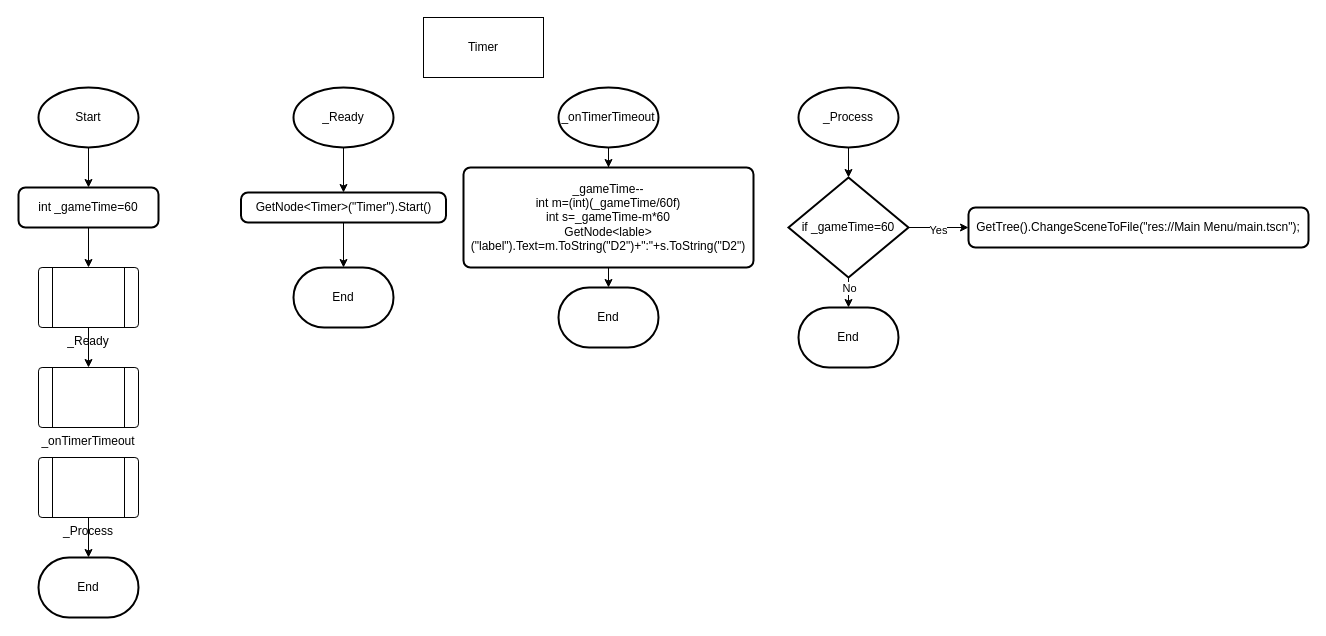
BHASVIC-Kasper25/Whack-a-Robot keeps this draw.io diagram as whack-a-robot/Timer/TimerFlowchart.drawio. Above is the earlier version. Source tidied: cells renumbered, new cells numbered last; positions are measured from the earlier drawing's top-left corner, leaving out a move shared by most shapes. Both pictures are drawn from the tidied source at 100%, with x=0, y=0 at pixel (18, 17).
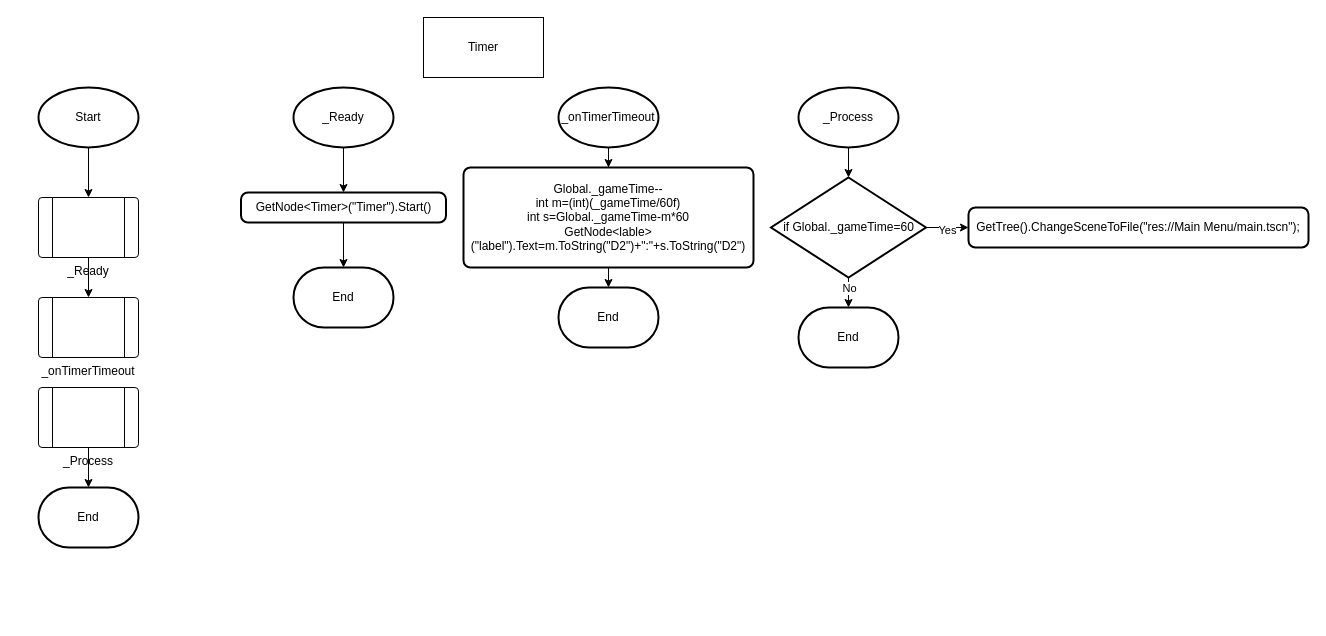
The same diagram, later.

The change refers to these unchanged cells:
```xml
<mxCell id="4" value="Start" style="strokeWidth=2;html=1;shape=mxgraph.flowchart.start_1;whiteSpace=wrap;" parent="1" vertex="1">
  <mxGeometry x="20" y="70" width="100" height="60" as="geometry" />
</mxCell>
```

Change to the diagram source:
```diff
@@
-    <mxCell id="3" style="edgeStyle=orthogonalEdgeStyle;rounded=0;jettySize=auto;html=1;exitX=0.5;exitY=1;exitDx=0;exitDy=0;exitPerimeter=0;entryX=0.5;entryY=0;entryDx=0;entryDy=0;" parent="1" edge="1" source="4" target="6">
-      <mxGeometry relative="1" as="geometry" />
-    </mxCell>
+    <mxCell id="32" style="edgeStyle=orthogonalEdgeStyle;rounded=0;jettySize=auto;html=1;exitX=0.5;exitY=1;exitDx=0;exitDy=0;exitPerimeter=0;entryX=0.5;entryY=0;entryDx=0;entryDy=0;defaultLabelBackgroundColor=page;" parent="1" edge="1" source="4" target="8">
+      <mxGeometry relative="1" as="geometry" />
+    </mxCell>
@@
-    <mxCell id="5" style="edgeStyle=orthogonalEdgeStyle;rounded=0;jettySize=auto;html=1;exitX=0.5;exitY=1;exitDx=0;exitDy=0;" parent="1" edge="1" source="6" target="8">
-      <mxGeometry relative="1" as="geometry" />
-    </mxCell>
-    <mxCell id="6" value="int _gameTime=60" style="rounded=1;whiteSpace=wrap;html=1;absoluteArcSize=1;arcSize=14;strokeWidth=2;" parent="1" vertex="1">
-      <mxGeometry y="170" width="140" height="40" as="geometry" />
-    </mxCell>
@@
     <mxCell id="8" value="_Ready" style="verticalLabelPosition=bottom;verticalAlign=top;html=1;shape=process;whiteSpace=wrap;rounded=1;size=0.14;arcSize=6;" parent="1" vertex="1">
-      <mxGeometry x="20" y="250" width="100" height="60" as="geometry" />
+      <mxGeometry x="20" y="180" width="100" height="60" as="geometry" />
     </mxCell>
     <mxCell id="9" value="_onTimerTimeout" style="verticalLabelPosition=bottom;verticalAlign=top;html=1;shape=process;whiteSpace=wrap;rounded=1;size=0.14;arcSize=6;" parent="1" vertex="1">
-      <mxGeometry x="20" y="350" width="100" height="60" as="geometry" />
+      <mxGeometry x="20" y="280" width="100" height="60" as="geometry" />
     </mxCell>
     <mxCell id="10" value="End" style="strokeWidth=2;html=1;shape=mxgraph.flowchart.terminator;whiteSpace=wrap;" parent="1" vertex="1">
-      <mxGeometry x="20" y="540" width="100" height="60" as="geometry" />
+      <mxGeometry x="20" y="470" width="100" height="60" as="geometry" />
     </mxCell>
@@
-    <mxCell id="18" value="_gameTime--&lt;div&gt;int m=(int)(_gameTime/60f)&lt;/div&gt;&lt;div&gt;int s=_gameTime-m*60&lt;/div&gt;&lt;div&gt;GetNode&amp;lt;lable&amp;gt;(&quot;label&quot;).Text=m.ToString(&quot;D2&quot;)+&quot;:&quot;+s.ToString(&quot;D2&quot;)&lt;/div&gt;" style="rounded=1;whiteSpace=wrap;html=1;absoluteArcSize=1;arcSize=14;strokeWidth=2;" parent="1" vertex="1">
+    <mxCell id="18" value="Global._gameTime--&lt;div&gt;int m=(int)(_gameTime/60f)&lt;/div&gt;&lt;div&gt;int s=Global._gameTime-m*60&lt;/div&gt;&lt;div&gt;GetNode&amp;lt;lable&amp;gt;(&quot;label&quot;).Text=m.ToString(&quot;D2&quot;)+&quot;:&quot;+s.ToString(&quot;D2&quot;)&lt;/div&gt;" style="rounded=1;whiteSpace=wrap;html=1;absoluteArcSize=1;arcSize=14;strokeWidth=2;" parent="1" vertex="1">
       <mxGeometry x="445" y="150" width="290" height="100" as="geometry" />
     </mxCell>
@@
     <mxCell id="21" value="_Process" style="verticalLabelPosition=bottom;verticalAlign=top;html=1;shape=process;whiteSpace=wrap;rounded=1;size=0.14;arcSize=6;" parent="1" vertex="1">
-      <mxGeometry x="20" y="440" width="100" height="60" as="geometry" />
+      <mxGeometry x="20" y="370" width="100" height="60" as="geometry" />
     </mxCell>
@@
-    <mxCell id="29" value="if _gameTime=60" style="strokeWidth=2;html=1;shape=mxgraph.flowchart.decision;whiteSpace=wrap;" parent="1" vertex="1">
-      <mxGeometry x="770" y="160" width="120" height="100" as="geometry" />
+    <mxCell id="29" value="if Global._gameTime=60" style="strokeWidth=2;html=1;shape=mxgraph.flowchart.decision;whiteSpace=wrap;" parent="1" vertex="1">
+      <mxGeometry x="752.5" y="160" width="155" height="100" as="geometry" />
     </mxCell>
```
